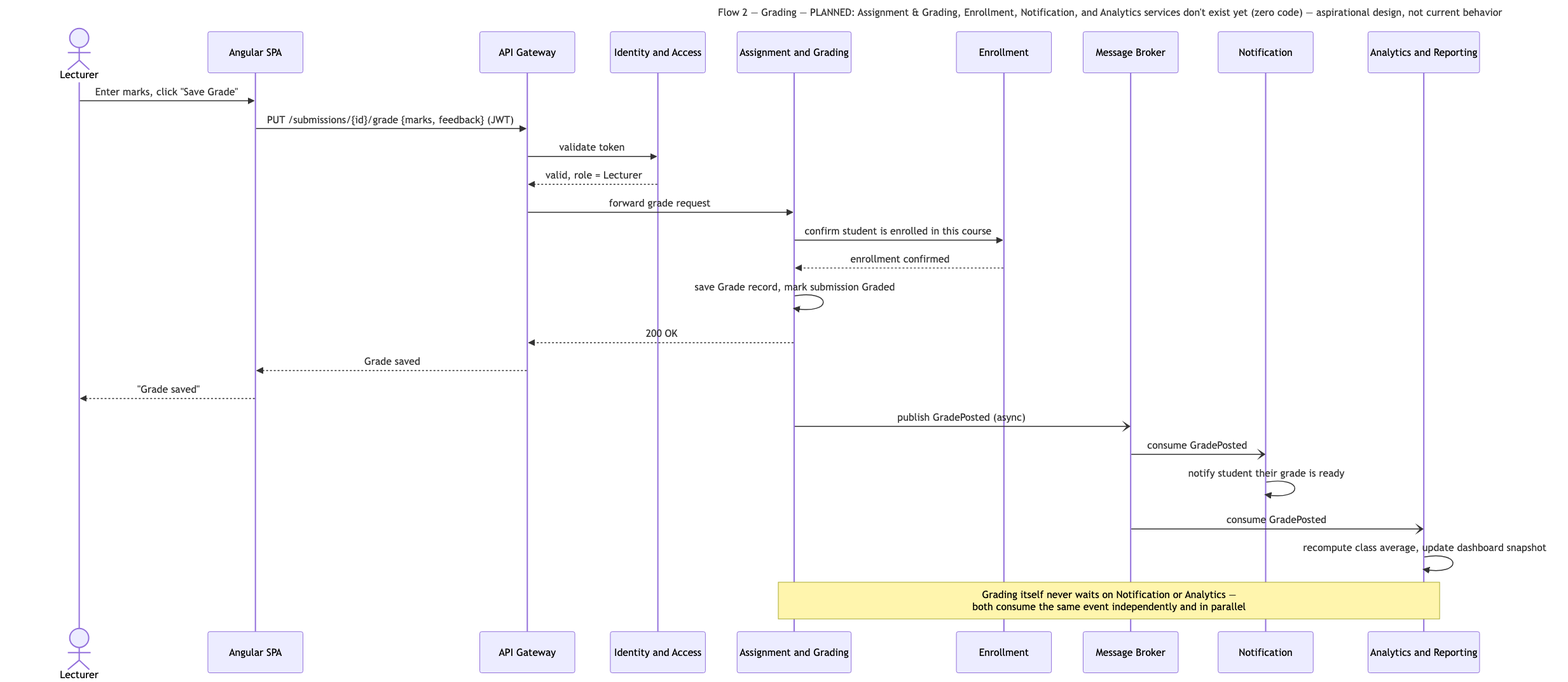
This is docs/architecture/flow-02-grading.png from ESD-ONE/University-Course-Management-System, a Mermaid export, as it was before one commit. Its source is kept beside it as docs/architecture/flow-02-grading.mmd.
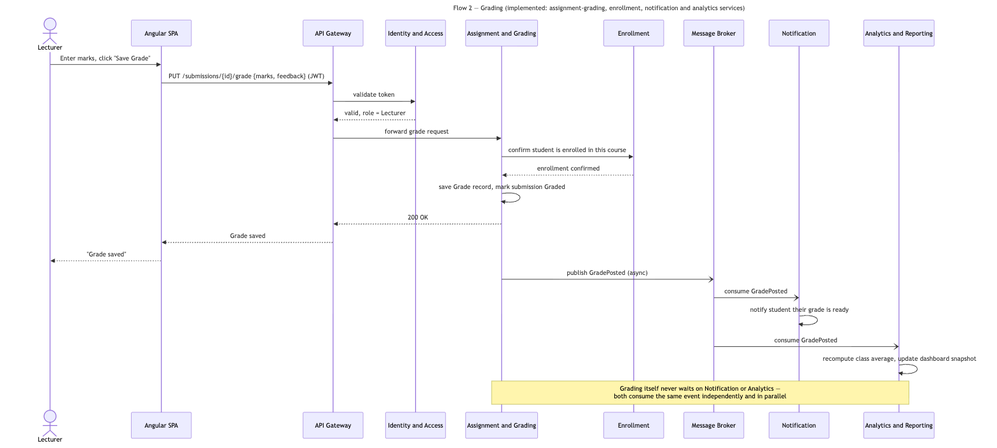
Above is the later version.

What changed in the source:
```diff
@@ -1,5 +1,5 @@
 ---
-title: "Flow 2 — Grading — PLANNED: Assignment & Grading, Enrollment, Notification, and Analytics services don't exist yet (zero code) — aspirational design, not current behavior"
+title: "Flow 2 — Grading (implemented: assignment-grading, enrollment, notification and analytics services)"
 ---
 sequenceDiagram
     actor Lecturer
```
